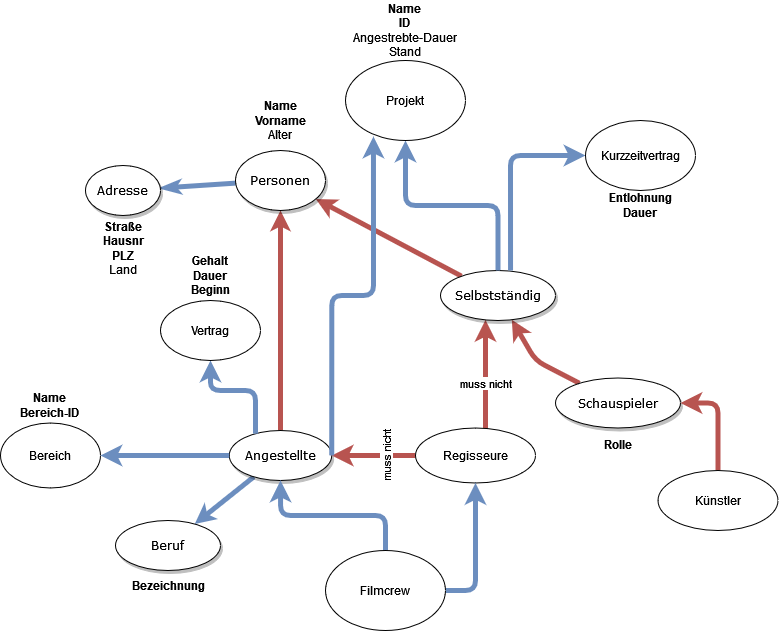
Earlier version of the draw.io export Personenverwaltung.drawio.png (Masternuss/Datenbanken2022). Source tidied: cells renumbered, new cells last; positions are measured from the earlier drawing's top-left corner, leaving out a move shared by most shapes.
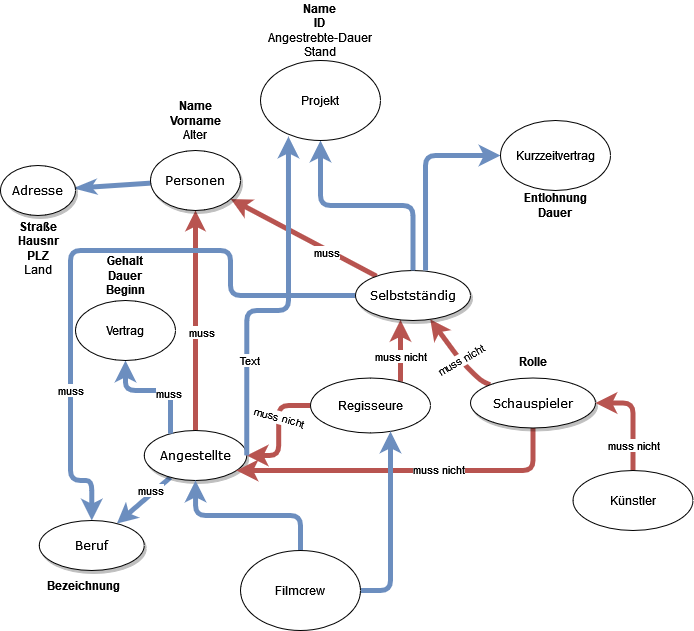
After the commit.

The edit, as a diff of the source:
```diff
@@ -5,28 +5,45 @@
     <mxCell id="2" style="edgeStyle=none;rounded=1;html=1;labelBackgroundColor=none;startArrow=classic;startFill=1;startSize=5;endArrow=none;endFill=0;endSize=5;jettySize=auto;strokeColor=#b85450;strokeWidth=5;fontFamily=Verdana;fontSize=12;fillColor=#f8cecc;" parent="1" edge="1" source="5" target="7">
       <mxGeometry relative="1" as="geometry" />
     </mxCell>
+    <mxCell id="40" value="muss" style="edgeLabel;html=1;align=center;verticalAlign=middle;fontFamily=Helvetica;" parent="2" vertex="1">
+      <mxGeometry x="0.1" y="5" relative="1" as="geometry" />
+    </mxCell>
     <mxCell id="3" style="edgeStyle=none;rounded=1;html=1;labelBackgroundColor=none;startArrow=none;startFill=0;startSize=5;endArrow=classicThin;endFill=1;endSize=5;jettySize=auto;strokeColor=#6c8ebf;strokeWidth=5;fontFamily=Verdana;fontSize=12;fillColor=#dae8fc;" parent="1" edge="1" source="5" target="14">
       <mxGeometry x="-0.02" y="40" relative="1" as="geometry" />
     </mxCell>
     <mxCell id="4" style="edgeStyle=none;rounded=1;html=1;labelBackgroundColor=none;startArrow=classic;startFill=1;startSize=5;endArrow=none;endFill=0;endSize=5;jettySize=auto;strokeColor=#b85450;strokeWidth=5;fontFamily=Verdana;fontSize=12;fillColor=#f8cecc;" parent="1" edge="1" source="5" target="11">
       <mxGeometry x="0.28" y="14" relative="1" as="geometry" />
     </mxCell>
+    <mxCell id="41" value="muss" style="edgeLabel;html=1;align=center;verticalAlign=middle;fontFamily=Helvetica;" parent="4" vertex="1">
+      <mxGeometry x="0.33" y="-2" relative="1" as="geometry">
+        <mxPoint x="-1" as="offset" />
+      </mxGeometry>
+    </mxCell>
     <mxCell id="5" value="&lt;div&gt;Personen&lt;/div&gt;" style="ellipse;whiteSpace=wrap;html=1;rounded=0;shadow=1;comic=0;labelBackgroundColor=none;strokeWidth=1;fontFamily=Verdana;fontSize=12;align=center;" parent="1" vertex="1">
       <mxGeometry x="235" y="150" width="90" height="60" as="geometry" />
     </mxCell>
     <mxCell id="6" style="edgeStyle=none;rounded=1;html=1;labelBackgroundColor=none;startArrow=none;startFill=0;startSize=5;endArrow=classic;endFill=1;endSize=5;jettySize=auto;strokeColor=#6c8ebf;strokeWidth=5;fontFamily=Verdana;fontSize=12;fillColor=#dae8fc;" parent="1" edge="1" source="7" target="13">
       <mxGeometry relative="1" as="geometry" />
     </mxCell>
+    <mxCell id="42" value="muss" style="edgeLabel;html=1;align=center;verticalAlign=middle;fontFamily=Helvetica;" parent="6" vertex="1">
+      <mxGeometry x="-0.32" y="3" relative="1" as="geometry">
+        <mxPoint x="-4" y="-5" as="offset" />
+      </mxGeometry>
+    </mxCell>
     <mxCell id="7" value="Angestellte" style="ellipse;whiteSpace=wrap;html=1;rounded=0;shadow=1;comic=0;labelBackgroundColor=none;strokeWidth=1;fontFamily=Verdana;fontSize=12;align=center;" parent="1" vertex="1">
       <mxGeometry x="228.8" y="430" width="102.5" height="50" as="geometry" />
     </mxCell>
     <mxCell id="8" style="edgeStyle=none;rounded=1;html=1;labelBackgroundColor=none;startArrow=classic;startFill=1;startSize=5;endArrow=none;endFill=0;endSize=5;jettySize=auto;strokeColor=#b85450;strokeWidth=5;fontFamily=Verdana;fontSize=12;fillColor=#f8cecc;" parent="1" edge="1" source="11" target="12">
       <mxGeometry relative="1" as="geometry">
         <Array as="points">
-          <mxPoint x="535" y="360" />
+          <mxPoint x="545" y="360" />
+          <mxPoint x="565" y="380" />
         </Array>
       </mxGeometry>
     </mxCell>
+    <mxCell id="43" value="&lt;div&gt;muss nicht&lt;/div&gt;" style="edgeLabel;html=1;align=center;verticalAlign=middle;fontFamily=Helvetica;rotation=-30;" parent="8" vertex="1">
+      <mxGeometry x="0.14" relative="1" as="geometry" />
+    </mxCell>
     <mxCell id="9" style="edgeStyle=orthogonalEdgeStyle;rounded=1;jettySize=auto;html=1;startArrow=classic;startFill=1;endArrow=none;endFill=0;strokeWidth=5;fillColor=#f8cecc;strokeColor=#b85450;" parent="1" edge="1" source="11" target="17">
       <mxGeometry relative="1" as="geometry">
         <Array as="points">
@@ -38,14 +55,38 @@
     <mxCell id="10" value="muss nicht" style="edgeLabel;html=1;align=center;verticalAlign=middle;" parent="9" vertex="1">
       <mxGeometry x="0.15" y="-1" relative="1" as="geometry" />
     </mxCell>
+    <mxCell id="44" style="edgeStyle=orthogonalEdgeStyle;rounded=1;jettySize=auto;html=1;entryX=0.5;entryY=0;entryDx=0;entryDy=0;fontFamily=Helvetica;startArrow=none;startFill=0;endArrow=classic;endFill=1;strokeColor=#6c8ebf;strokeWidth=5;fillColor=#dae8fc;" parent="1" edge="1" source="11" target="13">
+      <mxGeometry relative="1" as="geometry">
+        <Array as="points">
+          <mxPoint x="315" y="295" />
+          <mxPoint x="315" y="250" />
+          <mxPoint x="155" y="250" />
+          <mxPoint x="155" y="480" />
+          <mxPoint x="176" y="480" />
+        </Array>
+      </mxGeometry>
+    </mxCell>
+    <mxCell id="45" value="muss" style="edgeLabel;html=1;align=center;verticalAlign=middle;fontFamily=Helvetica;" parent="44" vertex="1">
+      <mxGeometry x="0.51" y="-1" relative="1" as="geometry" />
+    </mxCell>
     <mxCell id="11" value="Selbstständig" style="ellipse;whiteSpace=wrap;html=1;rounded=0;shadow=1;comic=0;labelBackgroundColor=none;strokeWidth=1;fontFamily=Verdana;fontSize=12;align=center;" parent="1" vertex="1">
       <mxGeometry x="440" y="270" width="115" height="50" as="geometry" />
     </mxCell>
+    <mxCell id="46" style="edgeStyle=orthogonalEdgeStyle;rounded=1;jettySize=auto;html=1;fontFamily=Helvetica;startArrow=none;startFill=0;endArrow=classic;endFill=1;strokeColor=#b85450;strokeWidth=5;fillColor=#f8cecc;" parent="1" edge="1" source="12" target="7">
+      <mxGeometry relative="1" as="geometry">
+        <Array as="points">
+          <mxPoint x="618" y="470" />
+        </Array>
+      </mxGeometry>
+    </mxCell>
+    <mxCell id="47" value="muss nicht" style="edgeLabel;html=1;align=center;verticalAlign=middle;fontFamily=Helvetica;" parent="46" vertex="1">
+      <mxGeometry x="-0.19" y="-2" relative="1" as="geometry" />
+    </mxCell>
     <mxCell id="12" value="Schauspieler" style="ellipse;whiteSpace=wrap;html=1;rounded=0;shadow=1;comic=0;labelBackgroundColor=none;strokeWidth=1;fontFamily=Verdana;fontSize=12;align=center;" parent="1" vertex="1">
       <mxGeometry x="555" y="377.5" width="125" height="50" as="geometry" />
     </mxCell>
     <mxCell id="13" value="Beruf" style="ellipse;whiteSpace=wrap;html=1;rounded=0;shadow=1;comic=0;labelBackgroundColor=none;strokeWidth=1;fontFamily=Verdana;fontSize=12;align=center;" parent="1" vertex="1">
-      <mxGeometry x="115" y="520" width="105" height="50" as="geometry" />
+      <mxGeometry x="123.8" y="520" width="105" height="50" as="geometry" />
     </mxCell>
     <mxCell id="14" value="Adresse" style="ellipse;whiteSpace=wrap;html=1;rounded=0;shadow=1;comic=0;labelBackgroundColor=none;strokeWidth=1;fontFamily=Verdana;fontSize=12;align=center;" parent="1" vertex="1">
       <mxGeometry x="85" y="165" width="75" height="50" as="geometry" />
@@ -53,13 +94,13 @@
     <mxCell id="15" style="edgeStyle=orthogonalEdgeStyle;rounded=1;jettySize=auto;html=1;startArrow=none;startFill=0;endArrow=classic;endFill=1;strokeColor=#b85450;strokeWidth=5;fillColor=#f8cecc;" parent="1" edge="1" source="17" target="7">
       <mxGeometry relative="1" as="geometry" />
     </mxCell>
-    <mxCell id="16" value="muss nicht" style="edgeLabel;html=1;align=center;verticalAlign=middle;rotation=-90;" parent="15" vertex="1">
+    <mxCell id="16" value="muss nicht" style="edgeLabel;html=1;align=center;verticalAlign=middle;rotation=15;" parent="15" vertex="1">
       <mxGeometry x="-0.26" y="-1" relative="1" as="geometry">
         <mxPoint x="1" y="1" as="offset" />
       </mxGeometry>
     </mxCell>
     <mxCell id="17" value="&lt;font face=&quot;Helvetica&quot;&gt;Regisseure&lt;/font&gt;" style="ellipse;whiteSpace=wrap;html=1;" parent="1" vertex="1">
-      <mxGeometry x="415" y="427.5" width="120" height="55" as="geometry" />
+      <mxGeometry x="395" y="377.5" width="120" height="55" as="geometry" />
     </mxCell>
     <mxCell id="18" style="edgeStyle=orthogonalEdgeStyle;jettySize=auto;html=1;entryX=0.609;entryY=0;entryDx=0;entryDy=0;entryPerimeter=0;startArrow=classic;startFill=1;endArrow=none;endFill=0;strokeWidth=5;fillColor=#dae8fc;strokeColor=#6c8ebf;rounded=1;" parent="1" edge="1" source="19" target="11">
       <mxGeometry relative="1" as="geometry" />
@@ -70,10 +111,14 @@
     <mxCell id="20" style="edgeStyle=orthogonalEdgeStyle;rounded=1;jettySize=auto;html=1;entryX=1;entryY=0.5;entryDx=0;entryDy=0;startArrow=classic;startFill=1;endArrow=none;endFill=0;strokeColor=#6c8ebf;strokeWidth=5;fillColor=#dae8fc;exitX=0.233;exitY=0.95;exitDx=0;exitDy=0;exitPerimeter=0;" parent="1" edge="1" source="22" target="7">
       <mxGeometry relative="1" as="geometry">
         <Array as="points">
-          <mxPoint x="373" y="295" />
+          <mxPoint x="373" y="310" />
+          <mxPoint x="331" y="310" />
         </Array>
       </mxGeometry>
     </mxCell>
+    <mxCell id="48" value="Text" style="edgeLabel;html=1;align=center;verticalAlign=middle;fontFamily=Helvetica;" parent="20" vertex="1">
+      <mxGeometry x="0.47" y="2" relative="1" as="geometry" />
+    </mxCell>
     <mxCell id="21" style="edgeStyle=orthogonalEdgeStyle;rounded=1;jettySize=auto;html=1;startArrow=classic;startFill=1;endArrow=none;endFill=0;strokeColor=#6c8ebf;strokeWidth=5;fillColor=#dae8fc;" parent="1" edge="1" source="22" target="11">
       <mxGeometry relative="1" as="geometry" />
     </mxCell>
@@ -89,15 +134,6 @@
     <mxCell id="25" value="&lt;div&gt;&lt;b&gt;Name&lt;/b&gt;&lt;/div&gt;&lt;div&gt;&lt;b&gt;Vorname&lt;/b&gt;&lt;/div&gt;&lt;div&gt;Alter&lt;br&gt;&lt;/div&gt;" style="text;html=1;strokeColor=none;fillColor=none;align=center;verticalAlign=middle;whiteSpace=wrap;rounded=0;" parent="1" vertex="1">
       <mxGeometry x="250" y="90" width="60" height="60" as="geometry" />
     </mxCell>
-    <mxCell id="26" style="edgeStyle=orthogonalEdgeStyle;rounded=1;jettySize=auto;html=1;startArrow=classic;startFill=1;endArrow=none;endFill=0;strokeColor=#6c8ebf;strokeWidth=5;fillColor=#dae8fc;" parent="1" edge="1" source="27" target="7">
-      <mxGeometry relative="1" as="geometry" />
-    </mxCell>
-    <mxCell id="27" value="Bereich" style="ellipse;whiteSpace=wrap;html=1;" parent="1" vertex="1">
-      <mxGeometry y="422.5" width="100" height="65" as="geometry" />
-    </mxCell>
-    <mxCell id="28" value="&lt;div&gt;&lt;b&gt;Name&lt;/b&gt;&lt;/div&gt;&lt;div&gt;&lt;b&gt;Bereich-ID&lt;/b&gt;&lt;br&gt;&lt;/div&gt;" style="text;html=1;strokeColor=none;fillColor=none;align=center;verticalAlign=middle;whiteSpace=wrap;rounded=0;" parent="1" vertex="1">
-      <mxGeometry x="15" y="387.5" width="70" height="35" as="geometry" />
-    </mxCell>
     <mxCell id="29" value="&lt;div&gt;&lt;b&gt;Name&lt;/b&gt;&lt;/div&gt;&lt;div&gt;&lt;b&gt;ID&lt;br&gt;&lt;/b&gt;&lt;/div&gt;&lt;div&gt;Angestrebte-Dauer&lt;br&gt;&lt;/div&gt;&lt;div&gt;Stand&lt;br&gt;&lt;/div&gt;" style="text;html=1;strokeColor=none;fillColor=none;align=center;verticalAlign=middle;whiteSpace=wrap;rounded=0;" parent="1" vertex="1">
       <mxGeometry x="340" width="130" height="60" as="geometry" />
     </mxCell>
@@ -109,6 +145,9 @@
         </Array>
       </mxGeometry>
     </mxCell>
+    <mxCell id="49" value="muss" style="edgeLabel;html=1;align=center;verticalAlign=middle;fontFamily=Helvetica;" parent="30" vertex="1">
+      <mxGeometry x="0.22" y="-2" relative="1" as="geometry" />
+    </mxCell>
     <mxCell id="31" value="Vertrag" style="ellipse;whiteSpace=wrap;html=1;" parent="1" vertex="1">
       <mxGeometry x="160" y="300" width="100" height="60" as="geometry" />
     </mxCell>
@@ -116,7 +155,7 @@
       <mxGeometry x="180" y="250" width="60" height="50" as="geometry" />
     </mxCell>
     <mxCell id="33" value="&lt;div&gt;&lt;b&gt;Rolle&lt;/b&gt;&lt;br&gt;&lt;/div&gt;" style="text;html=1;strokeColor=none;fillColor=none;align=center;verticalAlign=middle;whiteSpace=wrap;rounded=0;" parent="1" vertex="1">
-      <mxGeometry x="567.5" y="427.5" width="100" height="32.5" as="geometry" />
+      <mxGeometry x="567.5" y="345" width="100" height="32.5" as="geometry" />
     </mxCell>
     <mxCell id="34" value="&lt;b&gt;Bezeichnung&lt;/b&gt;" style="text;html=1;strokeColor=none;fillColor=none;align=center;verticalAlign=middle;whiteSpace=wrap;rounded=0;" parent="1" vertex="1">
       <mxGeometry x="118.8" y="570" width="97.5" height="30" as="geometry" />
@@ -137,6 +176,11 @@
     <mxCell id="38" style="edgeStyle=orthogonalEdgeStyle;rounded=1;jettySize=auto;html=1;entryX=1;entryY=0.5;entryDx=0;entryDy=0;startArrow=none;startFill=0;endArrow=classic;endFill=1;strokeColor=#b85450;strokeWidth=5;fillColor=#f8cecc;" parent="1" edge="1" source="39" target="12">
       <mxGeometry relative="1" as="geometry" />
     </mxCell>
+    <mxCell id="50" value="muss nicht" style="edgeLabel;html=1;align=center;verticalAlign=middle;fontFamily=Helvetica;" parent="38" vertex="1">
+      <mxGeometry x="-0.68" y="4" relative="1" as="geometry">
+        <mxPoint x="4" y="-9" as="offset" />
+      </mxGeometry>
+    </mxCell>
     <mxCell id="39" value="Künstler" style="ellipse;whiteSpace=wrap;html=1;" parent="1" vertex="1">
       <mxGeometry x="657.5" y="470" width="120" height="60" as="geometry" />
     </mxCell>
```
